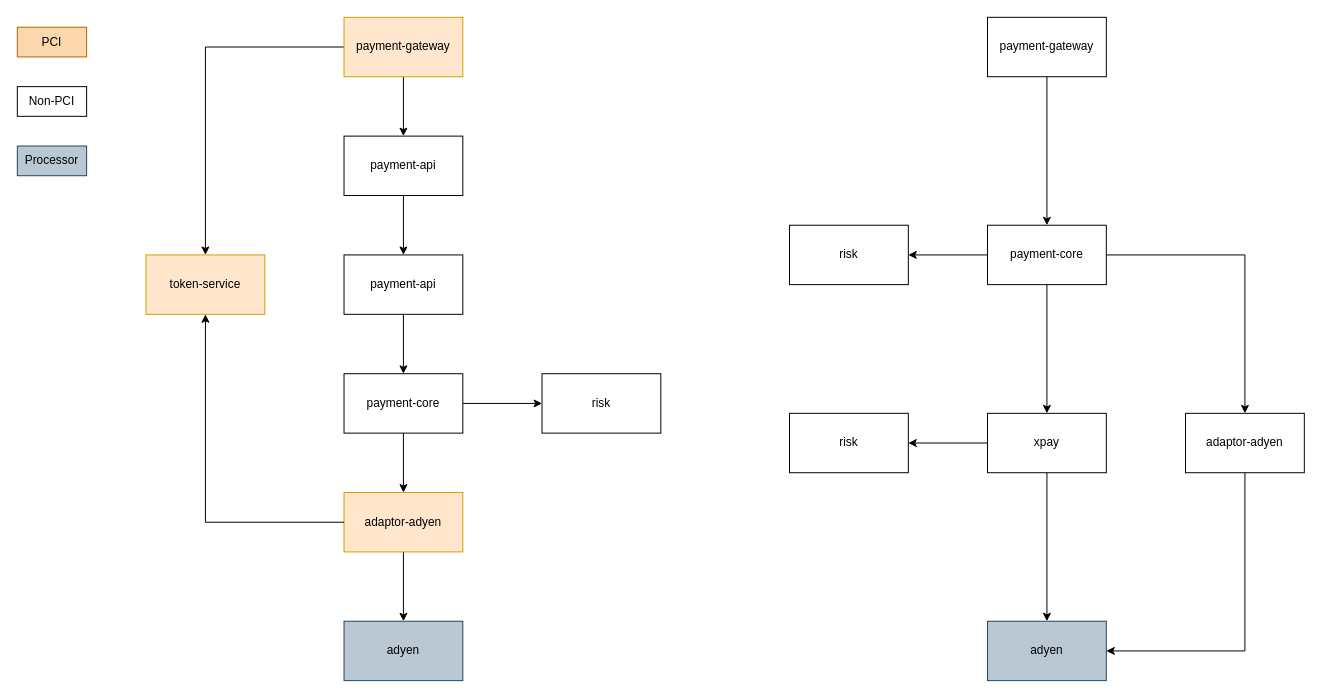
Above: Untitled Diagram.drawio in JudeSheng/MarkdownNote (draw.io), before the change. Source tidied: cells renumbered, new cells numbered last; positions are measured from the earlier drawing's top-left corner, leaving out a move shared by most shapes. Both pictures are drawn from the tidied source at 99%, with x=0, y=0 at pixel (17, 17).
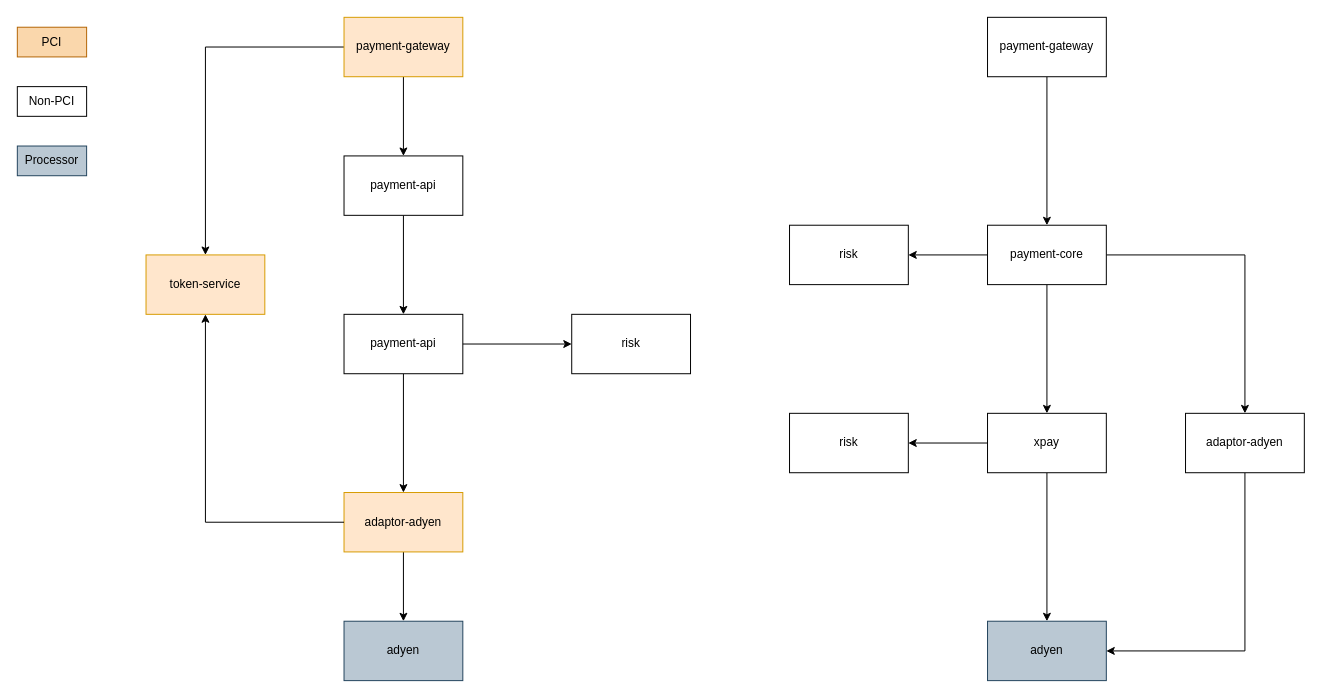
Above is the later version.

Unchanged cells that the change refers to:
```xml
<mxCell id="13" value="adaptor-adyen" style="rounded=0;whiteSpace=wrap;html=1;fillColor=#ffe6cc;strokeColor=#d79b00;" parent="1" vertex="1">
  <mxGeometry x="330" y="480" width="120" height="60" as="geometry" />
</mxCell>
```

What changed in the source:
```diff
@@
     <mxCell id="6" value="payment-api" style="rounded=0;whiteSpace=wrap;html=1;" parent="1" vertex="1">
-      <mxGeometry x="330" y="120" width="120" height="60" as="geometry" />
+      <mxGeometry x="330" y="140" width="120" height="60" as="geometry" />
     </mxCell>
-    <mxCell id="7" style="edgeStyle=orthogonalEdgeStyle;rounded=0;jettySize=auto;html=1;" parent="1" edge="1" source="8" target="11">
-      <mxGeometry relative="1" as="geometry" />
-    </mxCell>
+    <mxCell id="35" style="edgeStyle=orthogonalEdgeStyle;rounded=0;jettySize=auto;html=1;" parent="1" edge="1" source="8" target="13">
+      <mxGeometry relative="1" as="geometry" />
+    </mxCell>
     <mxCell id="8" value="payment-api" style="rounded=0;whiteSpace=wrap;html=1;" parent="1" vertex="1">
-      <mxGeometry x="330" y="240" width="120" height="60" as="geometry" />
+      <mxGeometry x="330" y="300" width="120" height="60" as="geometry" />
     </mxCell>
-    <mxCell id="9" style="edgeStyle=orthogonalEdgeStyle;rounded=0;jettySize=auto;html=1;" parent="1" edge="1" source="11" target="13">
-      <mxGeometry relative="1" as="geometry" />
-    </mxCell>
-    <mxCell id="10" style="edgeStyle=orthogonalEdgeStyle;rounded=0;jettySize=auto;html=1;" parent="1" edge="1" source="11" target="32">
+    <mxCell id="10" style="edgeStyle=orthogonalEdgeStyle;rounded=0;jettySize=auto;html=1;exitX=1;exitY=0.5;exitDx=0;exitDy=0;" parent="1" edge="1" source="8" target="32">
       <mxGeometry relative="1" as="geometry" />
     </mxCell>
-    <mxCell id="11" value="payment-core" style="rounded=0;whiteSpace=wrap;html=1;" parent="1" vertex="1">
-      <mxGeometry x="330" y="360" width="120" height="60" as="geometry" />
-    </mxCell>
@@
     <mxCell id="32" value="risk" style="rounded=0;whiteSpace=wrap;html=1;" parent="1" vertex="1">
-      <mxGeometry x="530" y="360" width="120" height="60" as="geometry" />
+      <mxGeometry x="560" y="300" width="120" height="60" as="geometry" />
     </mxCell>
```
